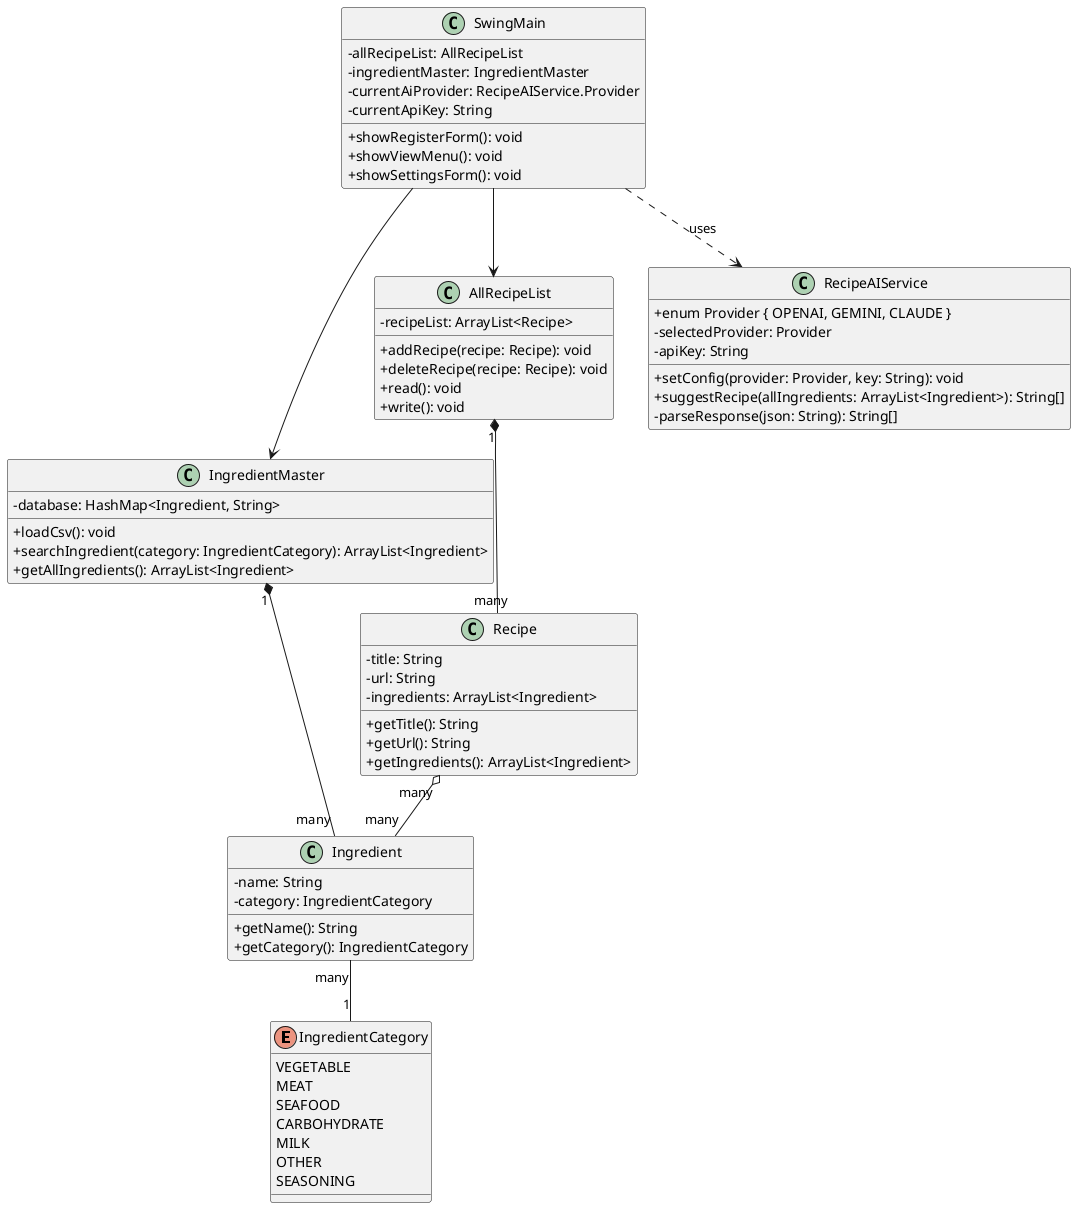
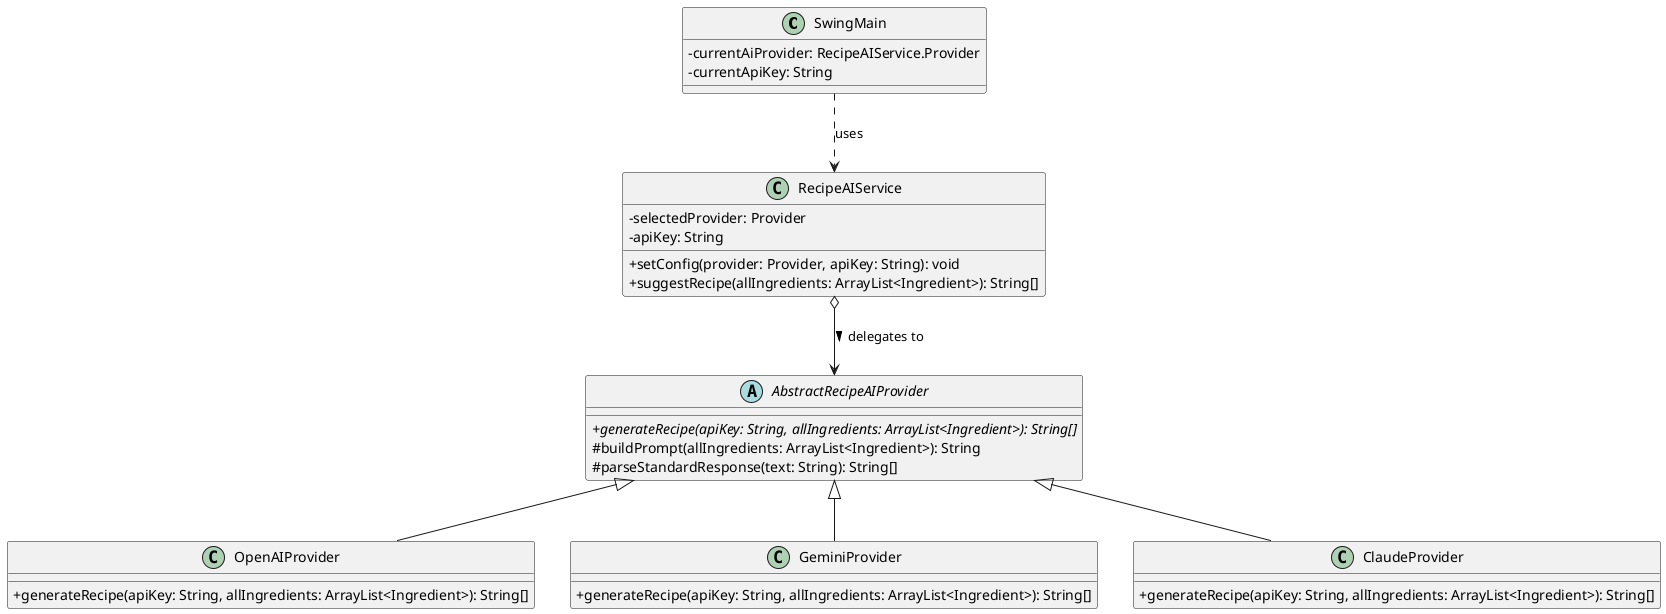
@startuml
skinparam ClassAttributeIconSize 0

- enum IngredientCategory {
-     VEGETABLE
-     MEAT
-     SEAFOOD
-     CARBOHYDRATE
-     MILK
-     OTHER
-     SEASONING
- }
- 
- class Ingredient {
-     - name: String
-     - category: IngredientCategory
-     + getName(): String
-     + getCategory(): IngredientCategory
- }
- 
- class Recipe {
-     - title: String
-     - url: String
-     - ingredients: ArrayList<Ingredient>
-     + getTitle(): String
-     + getUrl(): String
-     + getIngredients(): ArrayList<Ingredient>
- }
- 
- class IngredientMaster {
-     - database: HashMap<Ingredient, String>
-     + loadCsv(): void
-     + searchIngredient(category: IngredientCategory): ArrayList<Ingredient>
-     + getAllIngredients(): ArrayList<Ingredient>
- }
- 
- class AllRecipeList {
-     - recipeList: ArrayList<Recipe>
-     + addRecipe(recipe: Recipe): void
-     + deleteRecipe(recipe: Recipe): void
-     + read(): void
-     + write(): void
+ class SwingMain {
+     - currentAiProvider: RecipeAIService.Provider
+     - currentApiKey: String
}

class RecipeAIService {
-     + enum Provider { OPENAI, GEMINI, CLAUDE }
    - selectedProvider: Provider
    - apiKey: String
-     + setConfig(provider: Provider, key: String): void
+     + setConfig(provider: Provider, apiKey: String): void
    + suggestRecipe(allIngredients: ArrayList<Ingredient>): String[]
-     - parseResponse(json: String): String[]
}

- class SwingMain {
-     - allRecipeList: AllRecipeList
-     - ingredientMaster: IngredientMaster
-     - currentAiProvider: RecipeAIService.Provider
-     - currentApiKey: String
-     + showRegisterForm(): void
-     + showViewMenu(): void
-     + showSettingsForm(): void
+ abstract class AbstractRecipeAIProvider {
+     + {abstract} generateRecipe(apiKey: String, allIngredients: ArrayList<Ingredient>): String[]
+     # buildPrompt(allIngredients: ArrayList<Ingredient>): String
+     # parseStandardResponse(text: String): String[]
}

- ' 関連性
- SwingMain --> AllRecipeList
- SwingMain --> IngredientMaster
+ class OpenAIProvider {
+     + generateRecipe(apiKey: String, allIngredients: ArrayList<Ingredient>): String[]
+ }
+ 
+ class GeminiProvider {
+     + generateRecipe(apiKey: String, allIngredients: ArrayList<Ingredient>): String[]
+ }
+ 
+ class ClaudeProvider {
+     + generateRecipe(apiKey: String, allIngredients: ArrayList<Ingredient>): String[]
+ }
+ 
+ ' 関連性（SwingMain は RecipeAIService だけを知っていれば良い）
SwingMain ..> RecipeAIService : uses
- AllRecipeList "1" *-- "many" Recipe
- Recipe "many" o-- "many" Ingredient
- Ingredient "many" -- "1" IngredientCategory
- IngredientMaster "1" *-- "many" Ingredient
+ RecipeAIService o--> AbstractRecipeAIProvider : delegates to >
+ 
+ ' 継承（各AIクラスは共通基盤を拡張する）
+ AbstractRecipeAIProvider <|-- OpenAIProvider
+ AbstractRecipeAIProvider <|-- GeminiProvider
+ AbstractRecipeAIProvider <|-- ClaudeProvider

@enduml